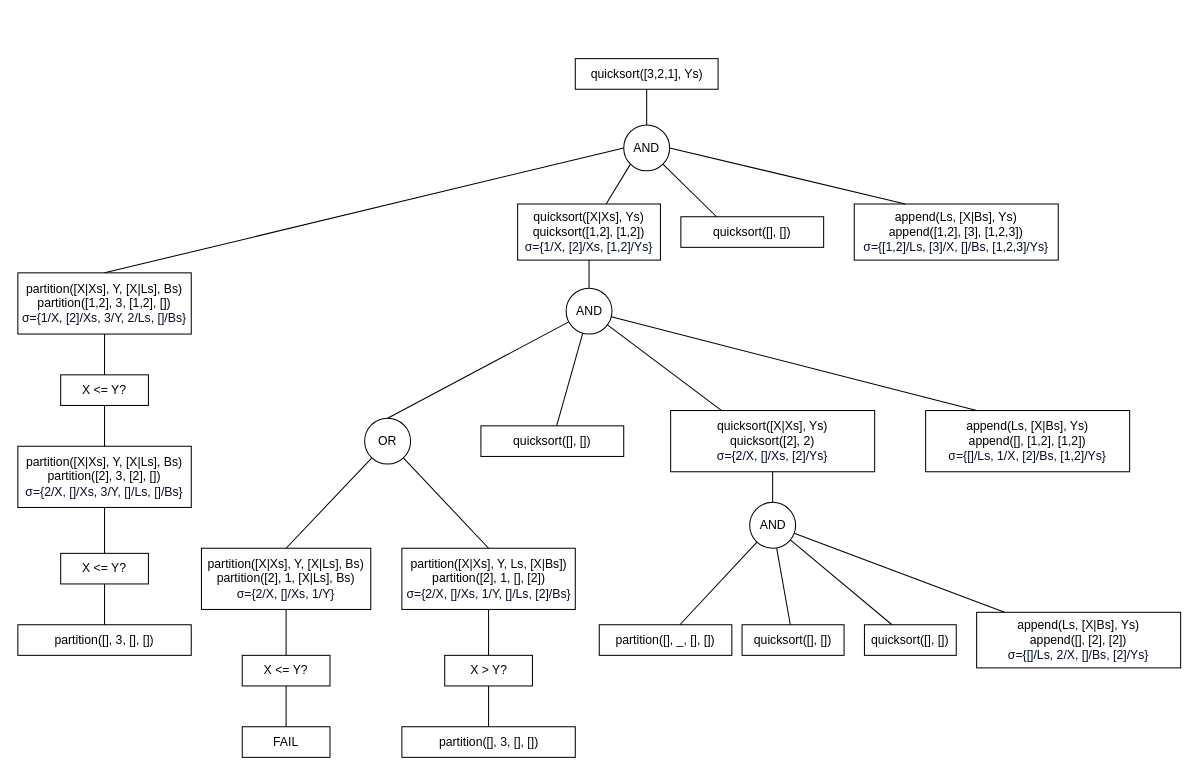
Earlier version of the draw.io diagram page "Страница — 1" (1 of 2) of Функциональное программирование/kr/деревоProlog.drawio (kuskas112/Labs). Source tidied: cells renumbered, new cells numbered last; positions are measured from the earlier drawing's top-left corner, leaving out a move shared by most shapes. Both pictures are drawn from the tidied source at 102%, with x=0, y=0 at pixel (17, 58).
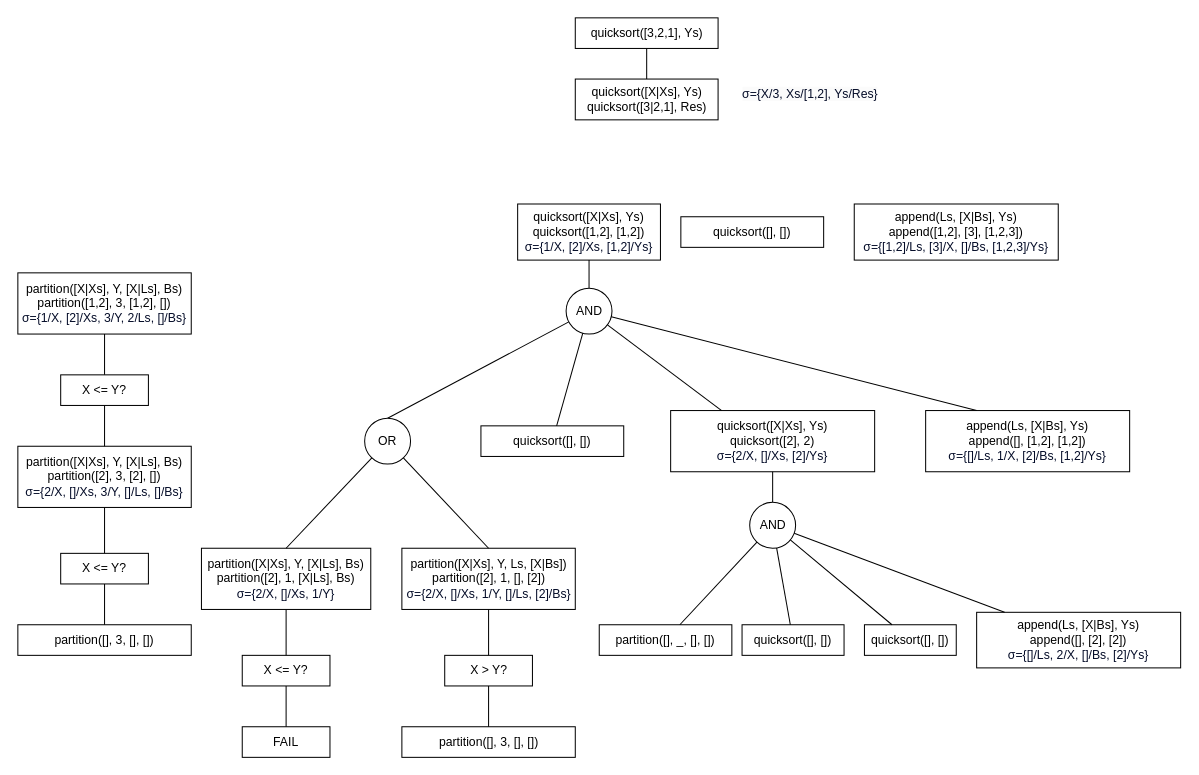
The same diagram, later.

The change refers to these unchanged cells:
```xml
<mxCell id="5" value="partition([X|Xs], Y, [X|Ls], Bs)&lt;br&gt;partition([1,2], 3, [1,2], [])&lt;br&gt;&lt;span style=&quot;color: rgb(4, 12, 40); font-family: &amp;quot;Google Sans&amp;quot;, Arial, sans-serif; text-align: left;&quot;&gt;σ={1/X, [2]/Xs, 3/Y, 2/Ls, []/Bs}&lt;/span&gt;" style="rounded=0;whiteSpace=wrap;html=1;fillColor=none;" parent="1" vertex="1">
  <mxGeometry y="210" width="170" height="60" as="geometry" />
</mxCell>
<mxCell id="14" value="quicksort([X|Xs], Ys)&lt;br&gt;quicksort([1,2], [1,2])&lt;br&gt;&lt;span style=&quot;color: rgb(4, 12, 40); font-family: &amp;quot;Google Sans&amp;quot;, Arial, sans-serif; text-align: left;&quot;&gt;σ={1/X, [2]/Xs, [1,2]/Ys}&lt;/span&gt;" style="rounded=0;whiteSpace=wrap;html=1;fillColor=none;" parent="1" vertex="1">
  <mxGeometry x="490" y="142.5" width="140" height="55" as="geometry" />
</mxCell>
<mxCell id="31" value="quicksort([], [])" style="rounded=0;whiteSpace=wrap;html=1;fillColor=none;" parent="1" vertex="1">
  <mxGeometry x="650" y="155" width="140" height="30" as="geometry" />
</mxCell>
<mxCell id="33" value="append(Ls, [X|Bs], Ys)&lt;div&gt;append([1,2], [3], [1,2,3])&lt;br&gt;&lt;/div&gt;&lt;div&gt;&lt;span style=&quot;color: rgb(4, 12, 40); font-family: &amp;quot;Google Sans&amp;quot;, Arial, sans-serif; text-align: left;&quot;&gt;σ={[1,2]/Ls, [3]/X, []/Bs, [1,2,3]/Ys}&lt;/span&gt;&lt;br&gt;&lt;/div&gt;" style="rounded=0;whiteSpace=wrap;html=1;fillColor=none;" parent="1" vertex="1">
  <mxGeometry x="820" y="142.5" width="200" height="55" as="geometry" />
</mxCell>
```

Diff of the diagram source:
```diff
@@
-    <mxCell id="2" style="rounded=0;jettySize=auto;html=1;entryX=0.5;entryY=0;entryDx=0;entryDy=0;endArrow=none;endFill=0;exitX=0;exitY=0.5;exitDx=0;exitDy=0;" parent="1" edge="1" source="49" target="5">
-      <mxGeometry relative="1" as="geometry" />
-    </mxCell>
+    <mxCell id="54" style="edgeStyle=orthogonalEdgeStyle;rounded=0;jettySize=auto;html=1;endArrow=none;endFill=0;" parent="1" edge="1" source="3" target="55">
+      <mxGeometry relative="1" as="geometry" />
+    </mxCell>
     <mxCell id="3" value="quicksort([3,2,1], Ys)" style="rounded=0;whiteSpace=wrap;html=1;fillColor=none;" parent="1" vertex="1">
-      <mxGeometry x="546.5" width="140" height="30" as="geometry" />
+      <mxGeometry x="546.5" y="-40" width="140" height="30" as="geometry" />
     </mxCell>
@@
-    <mxCell id="30" style="edgeStyle=none;shape=connector;rounded=0;jettySize=auto;html=1;entryX=0;entryY=1;entryDx=0;entryDy=0;strokeColor=default;align=center;verticalAlign=middle;fontFamily=Helvetica;fontSize=11;fontColor=default;labelBackgroundColor=default;endArrow=none;endFill=0;" parent="1" edge="1" source="14" target="49">
-      <mxGeometry relative="1" as="geometry" />
-    </mxCell>
@@
-    <mxCell id="32" style="edgeStyle=none;shape=connector;rounded=0;jettySize=auto;html=1;exitX=0.25;exitY=0;exitDx=0;exitDy=0;entryX=1;entryY=1;entryDx=0;entryDy=0;strokeColor=default;align=center;verticalAlign=middle;fontFamily=Helvetica;fontSize=11;fontColor=default;labelBackgroundColor=default;endArrow=none;endFill=0;" parent="1" edge="1" source="31" target="49">
-      <mxGeometry relative="1" as="geometry" />
-    </mxCell>
@@
-    <mxCell id="34" style="edgeStyle=none;shape=connector;rounded=0;jettySize=auto;html=1;exitX=0.25;exitY=0;exitDx=0;exitDy=0;strokeColor=default;align=center;verticalAlign=middle;fontFamily=Helvetica;fontSize=11;fontColor=default;labelBackgroundColor=default;endArrow=none;endFill=0;entryX=1;entryY=0.5;entryDx=0;entryDy=0;" parent="1" edge="1" source="33" target="49">
-      <mxGeometry relative="1" as="geometry" />
-    </mxCell>
@@
-    <mxCell id="48" style="rounded=0;jettySize=auto;html=1;exitX=0.5;exitY=0;exitDx=0;exitDy=0;entryX=0.5;entryY=1;entryDx=0;entryDy=0;endArrow=none;endFill=0;" parent="1" edge="1" source="49" target="3">
-      <mxGeometry relative="1" as="geometry" />
-    </mxCell>
-    <mxCell id="49" value="AND" style="ellipse;whiteSpace=wrap;html=1;" parent="1" vertex="1">
-      <mxGeometry x="594" y="65" width="45" height="45" as="geometry" />
-    </mxCell>
@@
+    <mxCell id="55" value="quicksort([X|Xs], Ys)&lt;br&gt;quicksort([3|2,1], Res)" style="rounded=0;whiteSpace=wrap;html=1;fillColor=none;" parent="1" vertex="1">
+      <mxGeometry x="546.5" y="20" width="140" height="40" as="geometry" />
+    </mxCell>
+    <mxCell id="56" value="&lt;span style=&quot;color: rgb(4, 12, 40); font-family: &amp;quot;Google Sans&amp;quot;, Arial, sans-serif; font-size: 12px; text-align: left; background-color: rgb(251, 251, 251);&quot;&gt;σ={X/3, Xs/[1,2], Ys/Res}&lt;/span&gt;" style="text;html=1;align=center;verticalAlign=middle;whiteSpace=wrap;rounded=0;fontFamily=Helvetica;fontSize=11;fontColor=default;labelBackgroundColor=default;" parent="1" vertex="1">
+      <mxGeometry x="686.5" y="20" width="180" height="30" as="geometry" />
+    </mxCell>
```
